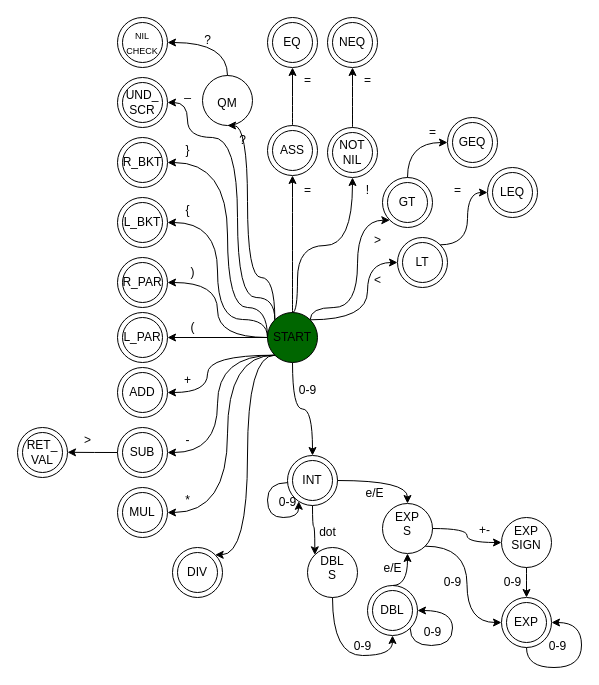
pomjak/IFJ23 keeps this draw.io diagram as doc/fsm_draft.drawio. Above is the earlier version. Source tidied: cells renumbered, new cells numbered last; positions are measured from the earlier drawing's top-left corner, leaving out a move shared by most shapes. Both pictures are drawn from the tidied source at 100%, with x=0, y=0 at pixel (17, 17).
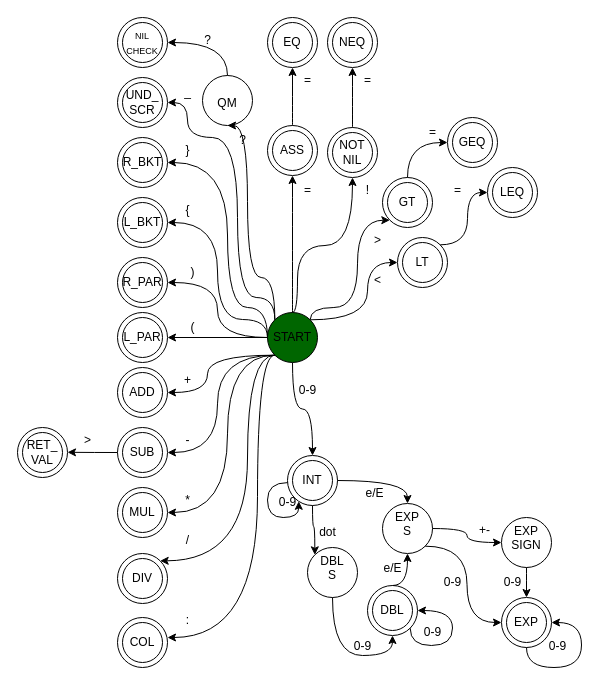
Above is the later version.

The change refers to these unchanged cells:
```xml
<mxCell id="17" value="START" style="ellipse;whiteSpace=wrap;html=1;fillColor=#006600;" parent="1" vertex="1">
  <mxGeometry x="250" y="295" width="50" height="50" as="geometry" />
</mxCell>
<mxCell id="49" value="DIV" style="ellipse;whiteSpace=wrap;html=1;fillColor=none;" parent="47" vertex="1">
  <mxGeometry width="50" height="50" as="geometry" />
</mxCell>
```

Change to the diagram source:
```diff
@@
     <mxCell id="9" style="edgeStyle=orthogonalEdgeStyle;shape=connector;curved=1;rounded=0;jettySize=auto;html=1;exitX=0;exitY=1;exitDx=0;exitDy=0;entryX=1;entryY=0;entryDx=0;entryDy=0;labelBackgroundColor=default;strokeColor=default;align=center;verticalAlign=middle;fontFamily=Helvetica;fontSize=12;fontColor=default;endArrow=classic;elbow=vertical;" parent="1" edge="1" source="17" target="49">
       <mxGeometry relative="1" as="geometry">
         <Array as="points">
           <mxPoint x="230" y="338" />
-          <mxPoint x="230" y="537" />
+          <mxPoint x="230" y="543" />
+          <mxPoint x="143" y="543" />
         </Array>
       </mxGeometry>
     </mxCell>
@@
+    <mxCell id="134" style="edgeStyle=orthogonalEdgeStyle;rounded=0;jettySize=auto;html=1;exitX=0;exitY=1;exitDx=0;exitDy=0;curved=1;" parent="1" edge="1" source="17">
+      <mxGeometry relative="1" as="geometry">
+        <mxPoint x="150" y="620" as="targetPoint" />
+        <Array as="points">
+          <mxPoint x="240" y="338" />
+          <mxPoint x="240" y="620" />
+        </Array>
+      </mxGeometry>
+    </mxCell>
@@
     <mxCell id="47" style="group;" parent="1" vertex="1">
-      <mxGeometry x="155" y="530" width="50" height="50" as="geometry" />
+      <mxGeometry x="100" y="536" width="50" height="50" as="geometry" />
     </mxCell>
@@
+    <mxCell id="135" value="/" style="text;html=1;align=center;verticalAlign=middle;strokeColor=none;fillColor=none;" parent="1" vertex="1">
+      <mxGeometry x="155" y="508" width="30" height="30" as="geometry" />
+    </mxCell>
+    <mxCell id="136" style="group;" parent="1" vertex="1">
+      <mxGeometry x="100" y="600" width="50" height="50" as="geometry" />
+    </mxCell>
+    <mxCell id="137" style="ellipse;whiteSpace=wrap;html=1;" parent="136" vertex="1">
+      <mxGeometry x="5" y="5" width="40" height="40" as="geometry" />
+    </mxCell>
+    <mxCell id="138" value="COL" style="ellipse;whiteSpace=wrap;html=1;fillColor=none;" parent="136" vertex="1">
+      <mxGeometry width="50" height="50" as="geometry" />
+    </mxCell>
+    <mxCell id="139" value=":" style="text;html=1;align=center;verticalAlign=middle;strokeColor=none;fillColor=none;" parent="1" vertex="1">
+      <mxGeometry x="155" y="588" width="30" height="30" as="geometry" />
+    </mxCell>
```
